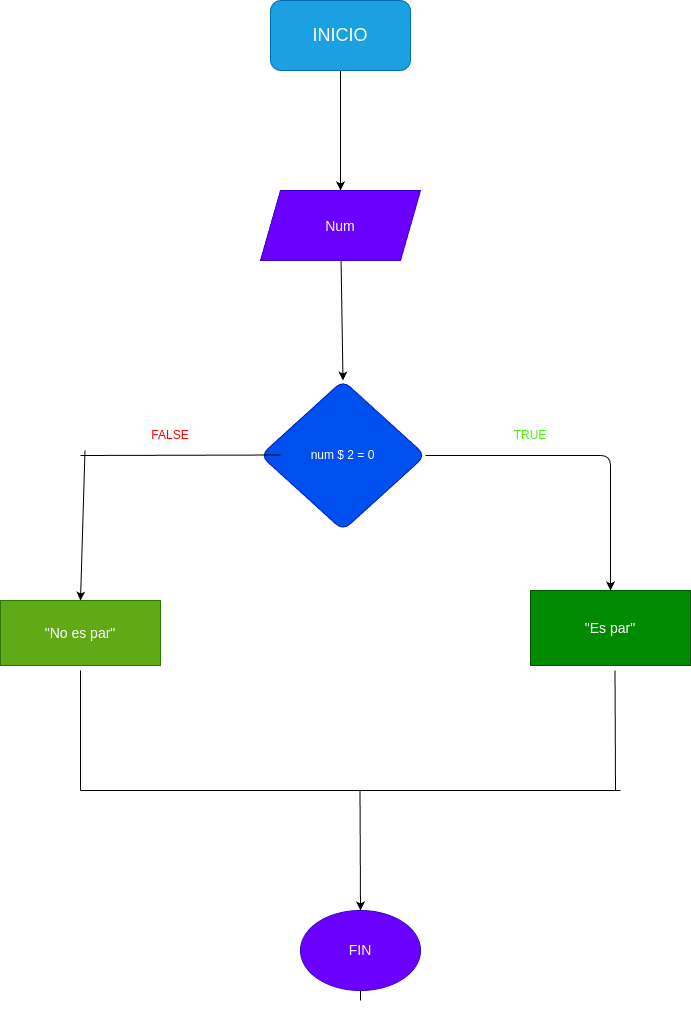
Above: diagrama.png in SamyrArchila/Par_Impar (draw.io), before the change. Source tidied: cells renumbered, new cells last; positions are measured from the earlier drawing's top-left corner, leaving out a move shared by most shapes.
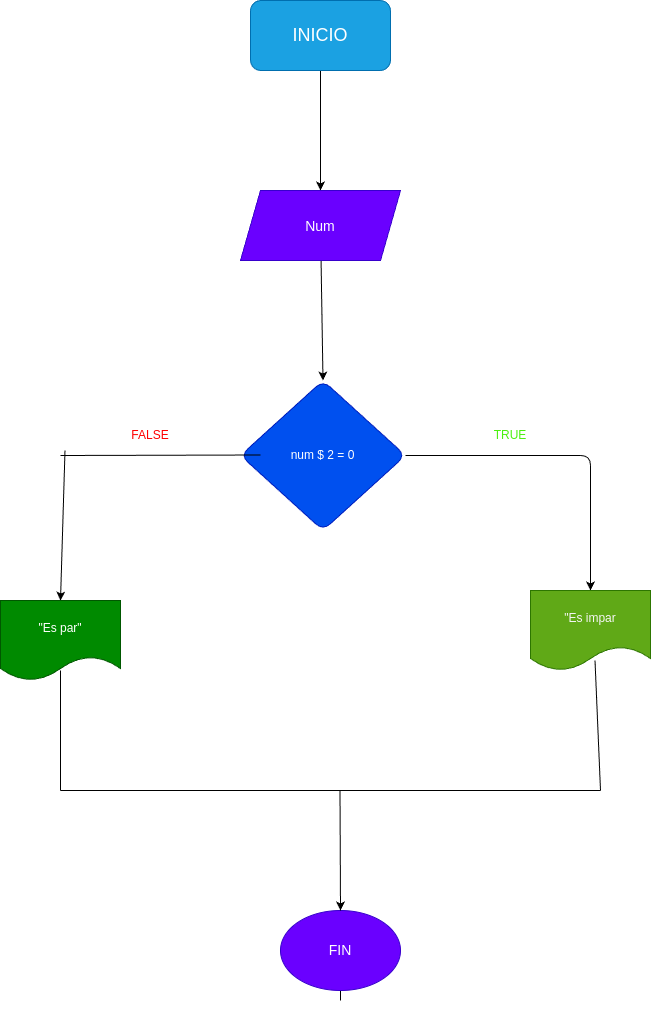
After the change.

The edit, as a diff of the source:
```diff
@@ -8,8 +8,9 @@
     <mxCell id="3" value="&lt;font style=&quot;font-size: 18px;&quot;&gt;INICIO&lt;/font&gt;" style="rounded=1;whiteSpace=wrap;html=1;fillColor=#1ba1e2;fontColor=#ffffff;strokeColor=#006EAF;" parent="1" vertex="1">
       <mxGeometry x="270" width="140" height="70" as="geometry" />
     </mxCell>
-    <mxCell id="4" style="edgeStyle=none;html=1;fontSize=14;" parent="1" edge="1" source="5" target="9">
+    <mxCell id="4" style="edgeStyle=none;html=1;fontSize=14;" parent="1" edge="1" source="5">
       <mxGeometry relative="1" as="geometry">
+        <mxPoint x="610" y="590" as="targetPoint" />
         <Array as="points">
           <mxPoint x="610" y="455" />
         </Array>
@@ -24,12 +25,6 @@
     <mxCell id="7" value="&lt;span style=&quot;font-size: 14px;&quot;&gt;Num&lt;/span&gt;" style="shape=parallelogram;perimeter=parallelogramPerimeter;whiteSpace=wrap;html=1;fixedSize=1;fontSize=18;fillColor=#6a00ff;fontColor=#ffffff;strokeColor=#3700CC;" parent="1" vertex="1">
       <mxGeometry x="260" y="190" width="160" height="70" as="geometry" />
     </mxCell>
-    <mxCell id="8" value="&quot;No es par&quot;" style="rounded=0;whiteSpace=wrap;html=1;fontSize=14;fillColor=#60a917;fontColor=#ffffff;strokeColor=#2D7600;" parent="1" vertex="1">
-      <mxGeometry y="600" width="160" height="65" as="geometry" />
-    </mxCell>
-    <mxCell id="9" value="&quot;Es par&quot;" style="rounded=0;whiteSpace=wrap;html=1;fontSize=14;fillColor=#008a00;fontColor=#ffffff;strokeColor=#005700;" parent="1" vertex="1">
-      <mxGeometry x="530" y="590" width="160" height="75" as="geometry" />
-    </mxCell>
     <mxCell id="10" style="edgeStyle=none;html=1;entryX=0.5;entryY=0;entryDx=0;entryDy=0;" parent="1" edge="1" target="14">
       <mxGeometry relative="1" as="geometry">
         <mxPoint x="360" y="1000" as="sourcePoint" />
@@ -49,8 +44,8 @@
     </mxCell>
     <mxCell id="12" style="endArrow=none;html=1;fontSize=14;" parent="1" edge="1">
       <mxGeometry relative="1" as="geometry">
-        <mxPoint x="615" y="790" as="sourcePoint" />
-        <mxPoint x="614.5" y="670" as="targetPoint" />
+        <mxPoint x="620" y="790" as="sourcePoint" />
+        <mxPoint x="614.5" y="660" as="targetPoint" />
       </mxGeometry>
     </mxCell>
     <mxCell id="13" style="endArrow=none;html=1;fontSize=14;" parent="1" edge="1">
@@ -68,9 +63,10 @@
         <mxPoint x="280" y="454.5" as="targetPoint" />
       </mxGeometry>
     </mxCell>
-    <mxCell id="16" style="endArrow=classic;html=1;fontSize=14;fontColor=#FFFFFF;entryX=0.5;entryY=0;entryDx=0;entryDy=0;" parent="1" edge="1" target="8">
+    <mxCell id="16" style="endArrow=classic;html=1;fontSize=14;fontColor=#FFFFFF;entryX=0.5;entryY=0;entryDx=0;entryDy=0;" parent="1" edge="1">
       <mxGeometry relative="1" as="geometry">
         <mxPoint x="84.5" y="450" as="sourcePoint" />
+        <mxPoint x="80" y="600" as="targetPoint" />
       </mxGeometry>
     </mxCell>
     <mxCell id="17" style="endArrow=none;html=1;" parent="1" edge="1">
@@ -85,5 +81,11 @@
     <mxCell id="19" value="&lt;font color=&quot;#4bf00f&quot;&gt;TRUE&lt;/font&gt;" style="text;html=1;strokeColor=none;fillColor=none;align=center;verticalAlign=middle;whiteSpace=wrap;rounded=0;" parent="1" vertex="1">
       <mxGeometry x="500" y="420" width="60" height="30" as="geometry" />
     </mxCell>
+    <mxCell id="9" value="&lt;font color=&quot;#ffffff&quot;&gt;&quot;Es par&quot;&lt;/font&gt;" style="shape=document;whiteSpace=wrap;html=1;boundedLbl=1;fontColor=#ffffff;fillColor=#008a00;strokeColor=#005700;" parent="1" vertex="1">
+      <mxGeometry x="20" y="600" width="120" height="80" as="geometry" />
+    </mxCell>
+    <mxCell id="20" value="&lt;font color=&quot;#f5f5f5&quot;&gt;&quot;Es impar&lt;/font&gt;" style="shape=document;whiteSpace=wrap;html=1;boundedLbl=1;fontColor=#ffffff;fillColor=#60a917;strokeColor=#2D7600;" parent="1" vertex="1">
+      <mxGeometry x="550" y="590" width="120" height="80" as="geometry" />
+    </mxCell>
   </root>
 </mxGraphModel>
```
